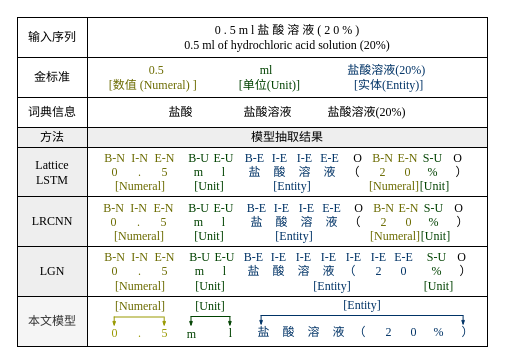
This is page "标注模式对比效果图" (6 of 9) of master_paper.drawio from JJackMoO/Jackert_draw, a draw.io file, before an edit. Source tidied: cells renumbered, new cells numbered last; positions are measured from the earlier drawing's top-left corner, leaving out a move shared by most shapes. Both pictures are drawn from the tidied source at 100%, with x=0, y=0 at pixel (17, 17).
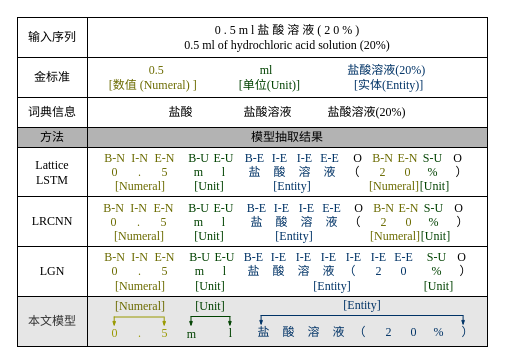
The same diagram, later.

The edit, as a diff of the source:
```diff
@@
-    <mxCell id="8" value="&lt;font face=&quot;Times New Roman&quot;&gt;Lattice LSTM&lt;/font&gt;" style="rounded=0;whiteSpace=wrap;html=1;fillColor=#eeeeee;strokeColor=#000000;" parent="1" vertex="1">
+    <mxCell id="8" value="&lt;font face=&quot;Times New Roman&quot;&gt;Lattice LSTM&lt;/font&gt;" style="rounded=0;whiteSpace=wrap;html=1;fillColor=#FFFFFF;strokeColor=#000000;" parent="1" vertex="1">
       <mxGeometry y="130" width="70" height="50" as="geometry" />
     </mxCell>
@@
-    <mxCell id="43" value="&lt;font face=&quot;Times New Roman&quot;&gt;LRCNN&lt;/font&gt;" style="rounded=0;whiteSpace=wrap;html=1;fillColor=#eeeeee;strokeColor=#000000;" parent="1" vertex="1">
+    <mxCell id="43" value="&lt;font face=&quot;Times New Roman&quot;&gt;LRCNN&lt;/font&gt;" style="rounded=0;whiteSpace=wrap;html=1;fillColor=#FFFFFF;strokeColor=#000000;" parent="1" vertex="1">
       <mxGeometry y="179" width="70" height="50" as="geometry" />
     </mxCell>
@@
-    <mxCell id="78" value="&lt;font face=&quot;Times New Roman&quot;&gt;LGN&lt;/font&gt;" style="rounded=0;whiteSpace=wrap;html=1;fillColor=#eeeeee;strokeColor=#000000;" parent="1" vertex="1">
+    <mxCell id="78" value="&lt;font face=&quot;Times New Roman&quot;&gt;LGN&lt;/font&gt;" style="rounded=0;whiteSpace=wrap;html=1;fillColor=#FFFFFF;strokeColor=#000000;" parent="1" vertex="1">
       <mxGeometry y="229" width="70" height="50" as="geometry" />
     </mxCell>
@@
-    <mxCell id="112" value="&lt;font face=&quot;Times New Roman&quot;&gt;本文模型&lt;/font&gt;" style="rounded=0;whiteSpace=wrap;html=1;fillColor=#f5f5f5;fontColor=#333333;strokeColor=#000000;" parent="1" vertex="1">
+    <mxCell id="112" value="&lt;font face=&quot;Times New Roman&quot;&gt;本文模型&lt;/font&gt;" style="rounded=0;whiteSpace=wrap;html=1;fillColor=#E6E6E6;fontColor=#333333;strokeColor=#000000;" parent="1" vertex="1">
       <mxGeometry y="279" width="70" height="50" as="geometry" />
     </mxCell>
-    <mxCell id="113" value="&lt;font face=&quot;Times New Roman&quot;&gt;&lt;br&gt;&lt;/font&gt;" style="rounded=0;whiteSpace=wrap;html=1;" parent="1" vertex="1">
+    <mxCell id="113" value="&lt;font face=&quot;Times New Roman&quot;&gt;&lt;br&gt;&lt;/font&gt;" style="rounded=0;whiteSpace=wrap;html=1;fillColor=#E6E6E6;fontColor=#333333;strokeColor=#000000;" parent="1" vertex="1">
       <mxGeometry x="70" y="279" width="400" height="50" as="geometry" />
     </mxCell>
@@
-    <mxCell id="143" value="&lt;font face=&quot;Times New Roman&quot;&gt;模型抽取结果&lt;/font&gt;" style="rounded=0;whiteSpace=wrap;html=1;fillColor=#eeeeee;strokeColor=#000000;" parent="1" vertex="1">
+    <mxCell id="143" value="&lt;font face=&quot;Times New Roman&quot;&gt;模型抽取结果&lt;/font&gt;" style="rounded=0;whiteSpace=wrap;html=1;fillColor=#B3B3B3;strokeColor=#000000;" parent="1" vertex="1">
       <mxGeometry x="70" y="110" width="400" height="20" as="geometry" />
     </mxCell>
-    <mxCell id="144" value="&lt;font face=&quot;Times New Roman&quot;&gt;方法&lt;/font&gt;" style="rounded=0;whiteSpace=wrap;html=1;fillColor=#eeeeee;strokeColor=#000000;" parent="1" vertex="1">
+    <mxCell id="144" value="&lt;font face=&quot;Times New Roman&quot;&gt;方法&lt;/font&gt;" style="rounded=0;whiteSpace=wrap;html=1;fillColor=#B3B3B3;strokeColor=#000000;" parent="1" vertex="1">
       <mxGeometry y="110" width="70" height="20" as="geometry" />
     </mxCell>
```
